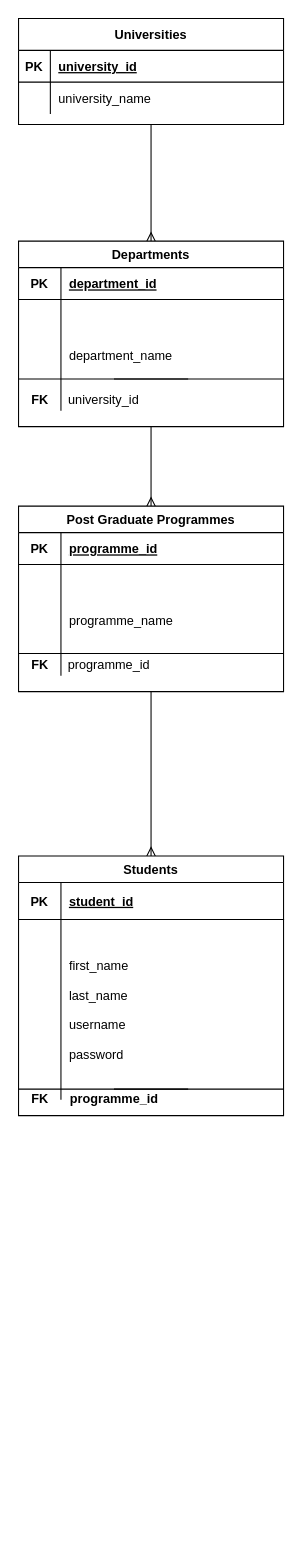
Above: 2018/05/Untitled Diagram.drawio in AndreasPatsimas/advent-of-code (draw.io), before the change. Source tidied: cells renumbered, new cells numbered last; positions are measured from the earlier drawing's top-left corner, leaving out a move shared by most shapes. Both pictures are drawn from the tidied source at 106%, with x=0, y=0 at pixel (18, 18).
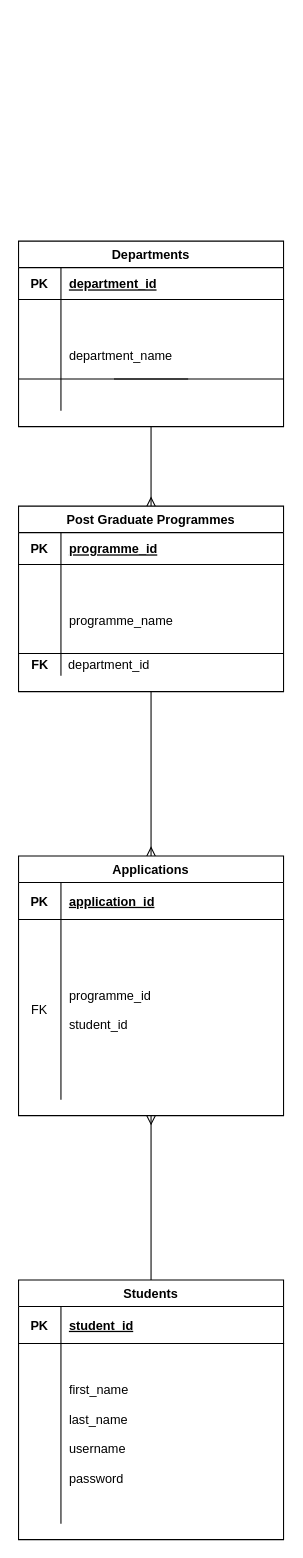
The same diagram, later.

The change refers to these unchanged cells:
```xml
<mxCell id="40" style="shape=partialRectangle;fillColor=none;top=0;left=0;right=0;bottom=1;" parent="39" vertex="1">
  <mxGeometry y="25" width="250" height="35" as="geometry" />
</mxCell>
<mxCell id="43" style="shape=partialRectangle;fillColor=none;top=0;left=0;right=0;bottom=0;" parent="39" vertex="1">
  <mxGeometry y="60" width="250" height="170" as="geometry" />
</mxCell>
```

Diff of the diagram source:
```diff
@@
-    <mxCell id="2" style="edgeStyle=orthogonalEdgeStyle;rounded=0;jettySize=auto;html=1;exitX=0.5;exitY=1;exitDx=0;exitDy=0;endArrow=ERmany;endFill=0;" parent="1" edge="1" source="3">
-      <mxGeometry relative="1" as="geometry">
-        <mxPoint x="125" y="210" as="targetPoint" />
-      </mxGeometry>
-    </mxCell>
-    <mxCell id="3" value="Universities" style="shape=table;startSize=30;childLayout=tableLayout;rowLines=0;fontStyle=1;align=center;" parent="1" vertex="1">
-      <mxGeometry width="250" height="100" as="geometry" />
-    </mxCell>
-    <mxCell id="4" style="shape=partialRectangle;fillColor=none;top=0;left=0;right=0;bottom=1;" parent="3" vertex="1">
-      <mxGeometry y="30" width="250" height="30" as="geometry" />
-    </mxCell>
-    <mxCell id="5" value="PK" style="shape=partialRectangle;overflow=hidden;fillColor=none;top=0;left=0;bottom=0;right=0;fontStyle=1;" parent="4" vertex="1">
-      <mxGeometry width="30" height="30" as="geometry" />
-    </mxCell>
-    <mxCell id="6" value="university_id" style="shape=partialRectangle;overflow=hidden;fillColor=none;top=0;left=0;bottom=0;right=0;align=left;spacingLeft=6;fontStyle=5;" parent="4" vertex="1">
-      <mxGeometry x="30" width="220" height="30" as="geometry" />
-    </mxCell>
-    <mxCell id="7" style="shape=partialRectangle;fillColor=none;top=0;left=0;right=0;bottom=0;" parent="3" vertex="1">
-      <mxGeometry y="60" width="250" height="30" as="geometry" />
-    </mxCell>
-    <mxCell id="8" style="shape=partialRectangle;overflow=hidden;fillColor=none;top=0;left=0;bottom=0;right=0;" parent="7" vertex="1">
-      <mxGeometry width="30" height="30" as="geometry" />
-    </mxCell>
-    <mxCell id="9" value="university_name" style="shape=partialRectangle;overflow=hidden;fillColor=none;top=0;left=0;bottom=0;right=0;align=left;spacingLeft=6;" parent="7" vertex="1">
-      <mxGeometry x="30" width="220" height="30" as="geometry" />
-    </mxCell>
@@
-    <mxCell id="19" value="&lt;b&gt;FK&lt;/b&gt;" style="text;html=1;align=center;verticalAlign=middle;" parent="1" vertex="1">
-      <mxGeometry x="5" y="350" width="30" height="20" as="geometry" />
-    </mxCell>
@@
-    <mxCell id="24" value="university_id" style="text;html=1;align=center;verticalAlign=middle;" parent="1" vertex="1">
-      <mxGeometry x="40" y="350" width="80" height="20" as="geometry" />
-    </mxCell>
@@
-    <mxCell id="34" value="&lt;span style=&quot;text-align: left&quot;&gt;programme&lt;/span&gt;_id" style="text;html=1;align=center;verticalAlign=middle;" parent="1" vertex="1">
+    <mxCell id="34" value="&lt;span style=&quot;text-align: left&quot;&gt;department&lt;/span&gt;_id" style="text;html=1;align=center;verticalAlign=middle;" parent="1" vertex="1">
       <mxGeometry x="40" y="600" width="90" height="20" as="geometry" />
     </mxCell>
@@
-    <mxCell id="39" value="Students" style="shape=table;startSize=25;childLayout=tableLayout;rowLines=0;fontStyle=1;align=center;" parent="1" vertex="1">
+    <mxCell id="39" value="Applications" style="shape=table;startSize=25;childLayout=tableLayout;rowLines=0;fontStyle=1;align=center;" parent="1" vertex="1">
       <mxGeometry y="790" width="250" height="245" as="geometry" />
     </mxCell>
@@
-    <mxCell id="42" value="student_id" style="shape=partialRectangle;overflow=hidden;fillColor=none;top=0;left=0;bottom=0;right=0;align=left;spacingLeft=6;fontStyle=5;" parent="40" vertex="1">
+    <mxCell id="42" value="application_id" style="shape=partialRectangle;overflow=hidden;fillColor=none;top=0;left=0;bottom=0;right=0;align=left;spacingLeft=6;fontStyle=5;" parent="40" vertex="1">
       <mxGeometry x="40" width="210" height="35" as="geometry" />
     </mxCell>
@@
-    <mxCell id="44" style="shape=partialRectangle;overflow=hidden;fillColor=none;top=0;left=0;bottom=0;right=0;verticalAlign=bottom;" parent="43" vertex="1">
+    <mxCell id="44" value="FK" style="shape=partialRectangle;overflow=hidden;fillColor=none;top=0;left=0;bottom=0;right=0;verticalAlign=middle;" parent="43" vertex="1">
       <mxGeometry width="40" height="170" as="geometry" />
     </mxCell>
-    <mxCell id="45" value="first_name&#10;&#10;last_name&#10;&#10;username&#10;&#10;password" style="shape=partialRectangle;overflow=hidden;fillColor=none;top=0;left=0;bottom=0;right=0;align=left;spacingLeft=6;" parent="43" vertex="1">
+    <mxCell id="45" value="programme_id&#10;&#10;student_id" style="shape=partialRectangle;overflow=hidden;fillColor=none;top=0;left=0;bottom=0;right=0;align=left;spacingLeft=6;" parent="43" vertex="1">
       <mxGeometry x="40" width="210" height="170" as="geometry" />
     </mxCell>
-    <mxCell id="46" value="&lt;b&gt;FK&lt;/b&gt;" style="text;html=1;align=center;verticalAlign=middle;" parent="1" vertex="1">
-      <mxGeometry x="5" y="1010" width="30" height="20" as="geometry" />
-    </mxCell>
-    <mxCell id="47" style="endArrow=none;html=1;rounded=0;" parent="1" edge="1">
-      <mxGeometry relative="1" as="geometry">
-        <mxPoint y="1010" as="sourcePoint" />
-        <mxPoint x="160" y="1010" as="targetPoint" />
-      </mxGeometry>
-    </mxCell>
-    <mxCell id="48" style="html=1;align=right;verticalAlign=bottom;" parent="47" vertex="1">
-      <mxGeometry x="1" relative="1" as="geometry" />
-    </mxCell>
-    <mxCell id="49" style="endArrow=none;html=1;rounded=0;" parent="1" edge="1">
-      <mxGeometry relative="1" as="geometry">
-        <mxPoint x="90" y="1010" as="sourcePoint" />
-        <mxPoint x="250" y="1010" as="targetPoint" />
-      </mxGeometry>
-    </mxCell>
-    <mxCell id="50" style="html=1;align=right;verticalAlign=bottom;" parent="49" vertex="1">
-      <mxGeometry x="1" relative="1" as="geometry" />
-    </mxCell>
-    <mxCell id="51" value="&lt;b&gt;programme_id&lt;/b&gt;" style="text;html=1;align=center;verticalAlign=middle;" parent="1" vertex="1">
-      <mxGeometry x="40" y="1010" width="100" height="20" as="geometry" />
-    </mxCell>
+    <mxCell id="52" style="edgeStyle=orthogonalEdgeStyle;rounded=0;jettySize=auto;html=1;exitX=0.5;exitY=0;exitDx=0;exitDy=0;entryX=0.5;entryY=1;entryDx=0;entryDy=0;endArrow=ERmany;endFill=0;" parent="1" edge="1" source="53" target="39">
+      <mxGeometry relative="1" as="geometry" />
+    </mxCell>
+    <mxCell id="53" value="Students" style="shape=table;startSize=25;childLayout=tableLayout;rowLines=0;fontStyle=1;align=center;" parent="1" vertex="1">
+      <mxGeometry y="1190" width="250" height="245" as="geometry" />
+    </mxCell>
+    <mxCell id="54" style="shape=partialRectangle;fillColor=none;top=0;left=0;right=0;bottom=1;" parent="53" vertex="1">
+      <mxGeometry y="25" width="250" height="35" as="geometry" />
+    </mxCell>
+    <mxCell id="5" value="PK" style="shape=partialRectangle;overflow=hidden;fillColor=none;top=0;left=0;bottom=0;right=0;fontStyle=1;" parent="54" vertex="1">
+      <mxGeometry width="40" height="35" as="geometry" />
+    </mxCell>
+    <mxCell id="55" value="student_id" style="shape=partialRectangle;overflow=hidden;fillColor=none;top=0;left=0;bottom=0;right=0;align=left;spacingLeft=6;fontStyle=5;" parent="54" vertex="1">
+      <mxGeometry x="40" width="210" height="35" as="geometry" />
+    </mxCell>
+    <mxCell id="56" style="shape=partialRectangle;fillColor=none;top=0;left=0;right=0;bottom=0;" parent="53" vertex="1">
+      <mxGeometry y="60" width="250" height="170" as="geometry" />
+    </mxCell>
+    <mxCell id="57" style="shape=partialRectangle;overflow=hidden;fillColor=none;top=0;left=0;bottom=0;right=0;verticalAlign=bottom;" parent="56" vertex="1">
+      <mxGeometry width="40" height="170" as="geometry" />
+    </mxCell>
+    <mxCell id="58" value="first_name&#10;&#10;last_name&#10;&#10;username&#10;&#10;password" style="shape=partialRectangle;overflow=hidden;fillColor=none;top=0;left=0;bottom=0;right=0;align=left;spacingLeft=6;" parent="56" vertex="1">
+      <mxGeometry x="40" width="210" height="170" as="geometry" />
+    </mxCell>
```
